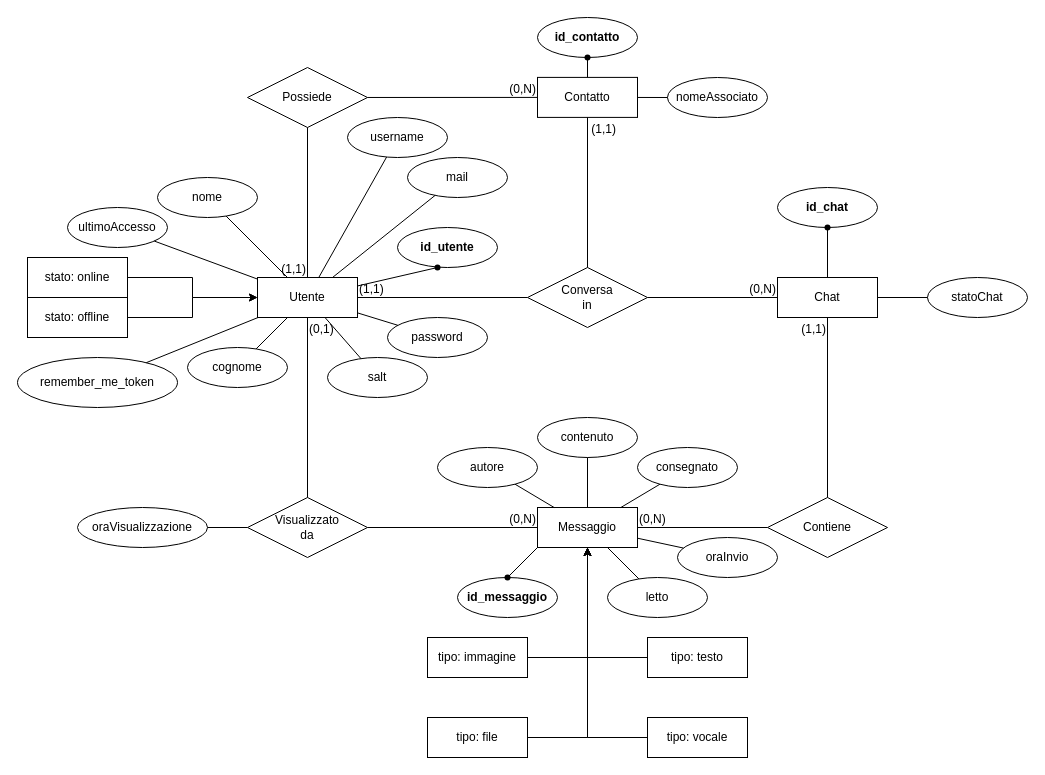
Earlier version of the draw.io diagram Progettazione/ER app messaggistica.drawio (FanteyOfficial/ProgettoQuintaInformatica). Source tidied: cells renumbered, new cells numbered last; positions are measured from the earlier drawing's top-left corner, leaving out a move shared by most shapes. Both pictures are drawn from the tidied source at 100%, with x=0, y=0 at pixel (17, 17).
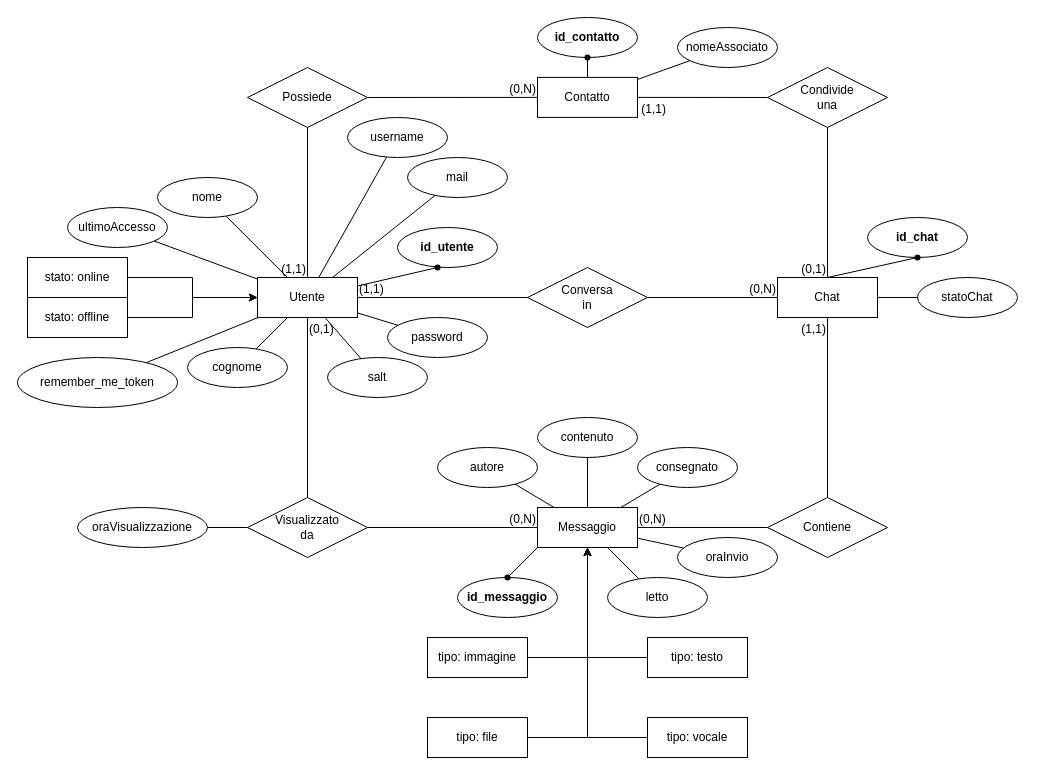
The same page after the edit.

The change refers to these unchanged cells:
```xml
<mxCell id="3" value="Chat" style="whiteSpace=wrap;html=1;align=center;" parent="1" vertex="1">
  <mxGeometry x="760" y="260" width="100" height="40" as="geometry" />
</mxCell>
<mxCell id="6" value="Conversa&lt;br&gt;in" style="shape=rhombus;perimeter=rhombusPerimeter;whiteSpace=wrap;html=1;align=center;" parent="1" vertex="1">
  <mxGeometry x="510" y="250" width="120" height="60" as="geometry" />
</mxCell>
<mxCell id="73" value="Contatto" style="whiteSpace=wrap;html=1;align=center;" parent="1" vertex="1">
  <mxGeometry x="520" y="59.9" width="100" height="40" as="geometry" />
</mxCell>
```

Diff of the diagram source:
```diff
@@
     <mxCell id="23" value="statoChat" style="ellipse;whiteSpace=wrap;html=1;align=center;" parent="1" vertex="1">
-      <mxGeometry x="910" y="260" width="100" height="40" as="geometry" />
+      <mxGeometry x="900" y="260" width="100" height="40" as="geometry" />
     </mxCell>
     <mxCell id="24" value="&lt;b&gt;id_chat&lt;/b&gt;" style="ellipse;whiteSpace=wrap;html=1;align=center;" parent="1" vertex="1">
-      <mxGeometry x="760" y="170" width="100" height="40" as="geometry" />
+      <mxGeometry x="850" y="200" width="100" height="40" as="geometry" />
     </mxCell>
@@
     <mxCell id="40" style="shape=waypoint;sketch=0;fillStyle=solid;size=6;points=[];fillColor=none;perimeter=centerPerimeter;snapToPoint=1;" parent="1" vertex="1">
-      <mxGeometry x="800" y="200" width="20" height="20" as="geometry" />
+      <mxGeometry x="890" y="230" width="20" height="20" as="geometry" />
     </mxCell>
@@
     <mxCell id="83" value="nomeAssociato" style="ellipse;whiteSpace=wrap;html=1;align=center;" parent="1" vertex="1">
-      <mxGeometry x="650" y="60" width="100" height="40" as="geometry" />
+      <mxGeometry x="660" y="10" width="100" height="40" as="geometry" />
     </mxCell>
@@
-    <mxCell id="87" style="endArrow=none;html=1;rounded=0;" parent="1" edge="1" source="6" target="73">
-      <mxGeometry relative="1" as="geometry" />
-    </mxCell>
+    <mxCell id="89" value="Condivide&lt;br&gt;una" style="shape=rhombus;perimeter=rhombusPerimeter;whiteSpace=wrap;html=1;align=center;" parent="1" vertex="1">
+      <mxGeometry x="750" y="50" width="120" height="60" as="geometry" />
+    </mxCell>
+    <mxCell id="90" style="endArrow=none;html=1;rounded=0;" parent="1" edge="1" source="89" target="73">
+      <mxGeometry relative="1" as="geometry" />
+    </mxCell>
-    <mxCell id="88" value="(1,1)" style="html=1;whiteSpace=wrap;align=right;verticalAlign=bottom;" parent="87" vertex="1">
+    <mxCell id="88" value="(1,1)" style="html=1;whiteSpace=wrap;align=right;verticalAlign=bottom;" parent="90" vertex="1">
       <mxGeometry x="1" relative="1" as="geometry">
         <mxPoint x="30" y="20" as="offset" />
       </mxGeometry>
     </mxCell>
+    <mxCell id="91" style="endArrow=none;html=1;rounded=0;" parent="1" edge="1" source="89" target="3">
+      <mxGeometry relative="1" as="geometry" />
+    </mxCell>
+    <mxCell id="92" value="(0,1)" style="html=1;whiteSpace=wrap;align=right;verticalAlign=bottom;" parent="91" vertex="1">
+      <mxGeometry x="1" relative="1" as="geometry" />
+    </mxCell>
```
